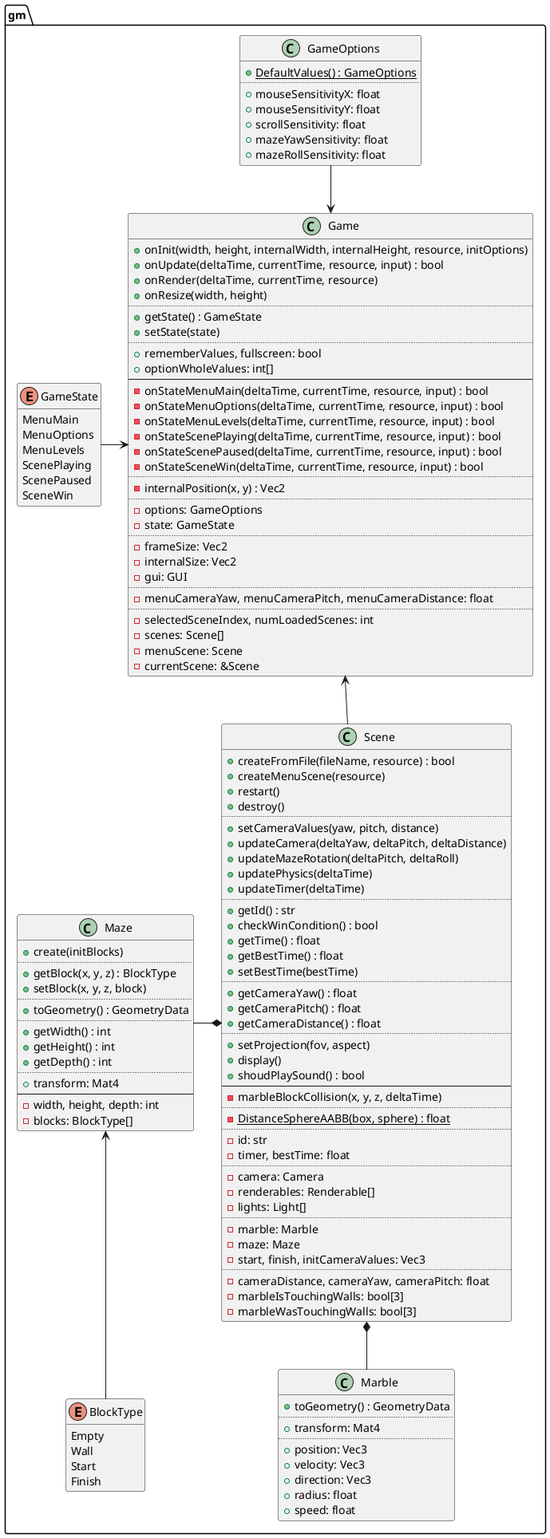
Above: design/gm.png in ba6er/marblemaze (PlantUML), before the change. The source it was exported from:
```plantuml
@startuml
set separator ::

enum gm::GameState {
	MenuMain
	MenuOptions
	MenuLevels
	ScenePlaying
	ScenePaused
	SceneWin
}
hide GameState methods

class gm::GameOptions {
	{static} +DefaultValues() : GameOptions
	..
	+mouseSensitivityX: float
	+mouseSensitivityY: float
	+scrollSensitivity: float
	+mazeYawSensitivity: float
	+mazeRollSensitivity: float
}
hide GameOptions methods

class gm::Game {
	+onInit(width, height, internalWidth, internalHeight, resource, initOptions)
	+onUpdate(deltaTime, currentTime, resource, input) : bool
	+onRender(deltaTime, currentTime, resource)
	+onResize(width, height)
	..
	+getState() : GameState
	+setState(state)
	..
	+rememberValues, fullscreen: bool
	+optionWholeValues: int[]
	--
	-onStateMenuMain(deltaTime, currentTime, resource, input) : bool
	-onStateMenuOptions(deltaTime, currentTime, resource, input) : bool
	-onStateMenuLevels(deltaTime, currentTime, resource, input) : bool
	-onStateScenePlaying(deltaTime, currentTime, resource, input) : bool
	-onStateScenePaused(deltaTime, currentTime, resource, input) : bool
	-onStateSceneWin(deltaTime, currentTime, resource, input) : bool
	..
	-internalPosition(x, y) : Vec2
	..
	-options: GameOptions
	-state: GameState
	..
	-frameSize: Vec2
	-internalSize: Vec2
	-gui: GUI
	..
	-menuCameraYaw, menuCameraPitch, menuCameraDistance: float
	..
	-selectedSceneIndex, numLoadedScenes: int
	-scenes: Scene[]
	-menuScene: Scene
	-currentScene: &Scene
}

class gm::Scene {
	+createFromFile(fileName, resource) : bool
	+createMenuScene(resource)
	+restart()
	+destroy()
	..
	+setCameraValues(yaw, pitch, distance)
	+updateCamera(deltaYaw, deltaPitch, deltaDistance)
	+updateMazeRotation(deltaPitch, deltaRoll)
	+updatePhysics(deltaTime)
	+updateTimer(deltaTime)
	..
	+getId() : str
	+checkWinCondition() : bool
	+getTime() : float
	+getBestTime() : float
	+setBestTime(bestTime)
	..
	+getCameraYaw() : float
	+getCameraPitch() : float
	+getCameraDistance() : float
	..
	+setProjection(fov, aspect)
	+display()
	+shoudPlaySound() : bool
	--
	-marbleBlockCollision(x, y, z, deltaTime)
	..
	{static} -DistanceSphereAABB(box, sphere) : float
	..
	-id: str
	-timer, bestTime: float
	..
	-camera: Camera
	-renderables: Renderable[]
	-lights: Light[]
	..
	-marble: Marble
	-maze: Maze
	-start, finish, initCameraValues: Vec3
	..
	-cameraDistance, cameraYaw, cameraPitch: float
	-marbleIsTouchingWalls: bool[3]
	-marbleWasTouchingWalls: bool[3]
}

enum gm::BlockType {
	Empty
	Wall
	Start
	Finish
}
hide BlockType methods

class gm::Maze {
	+create(initBlocks)
	..
	+getBlock(x, y, z) : BlockType
	+setBlock(x, y, z, block)
	..
	+toGeometry() : GeometryData
	..
	+getWidth() : int
	+getHeight() : int
	+getDepth() : int
	..
	+transform: Mat4
	--
	-width, height, depth: int
	-blocks: BlockType[]
}

class gm::Marble {
	+toGeometry() : GeometryData
	..
	+transform: Mat4
	..
	+position: Vec3
	+velocity: Vec3
	+direction: Vec3
	+radius: float
	+speed: float
}

Maze <-down- BlockType

Scene *-left- Maze
Scene *-down- Marble

Game <-up- GameOptions
Game <-left- GameState
Game <-- Scene

@enduml
```
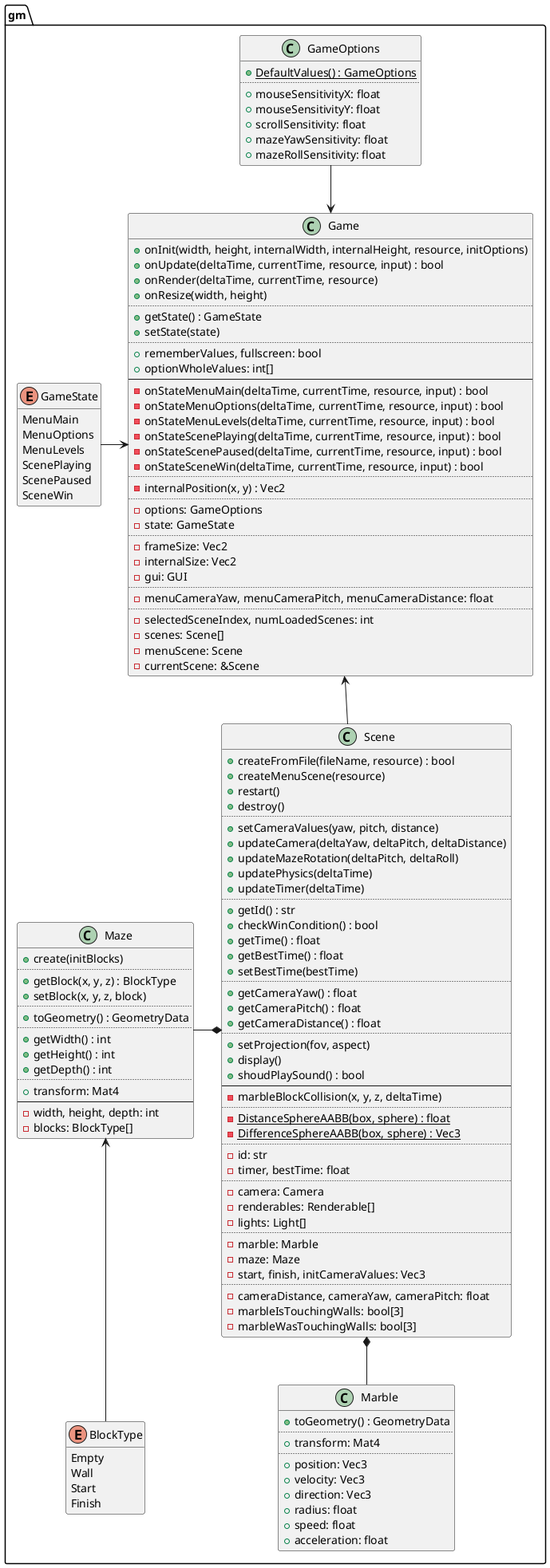
After the change.

Commit message:
Added marble acceleration, updated collision system

The edit, as a diff of the source:
```diff
@@ -87,6 +87,7 @@
 	-marbleBlockCollision(x, y, z, deltaTime)
 	..
 	{static} -DistanceSphereAABB(box, sphere) : float
+	{static} -DifferenceSphereAABB(box, sphere) : Vec3
 	..
 	-id: str
 	-timer, bestTime: float
@@ -140,6 +141,7 @@
 	+direction: Vec3
 	+radius: float
 	+speed: float
+	+acceleration: float
 }
 
 Maze <-down- BlockType
```
